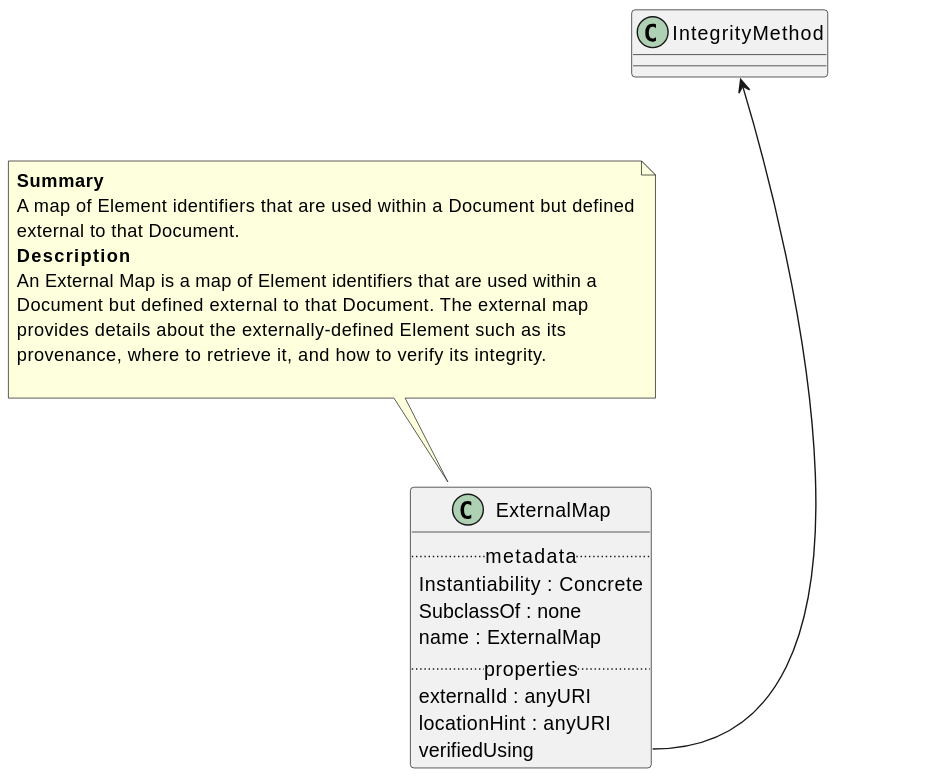
Earlier version of the PlantUML export Classes/ExternalMap.svg (maxhbr/spec-parser.hs).
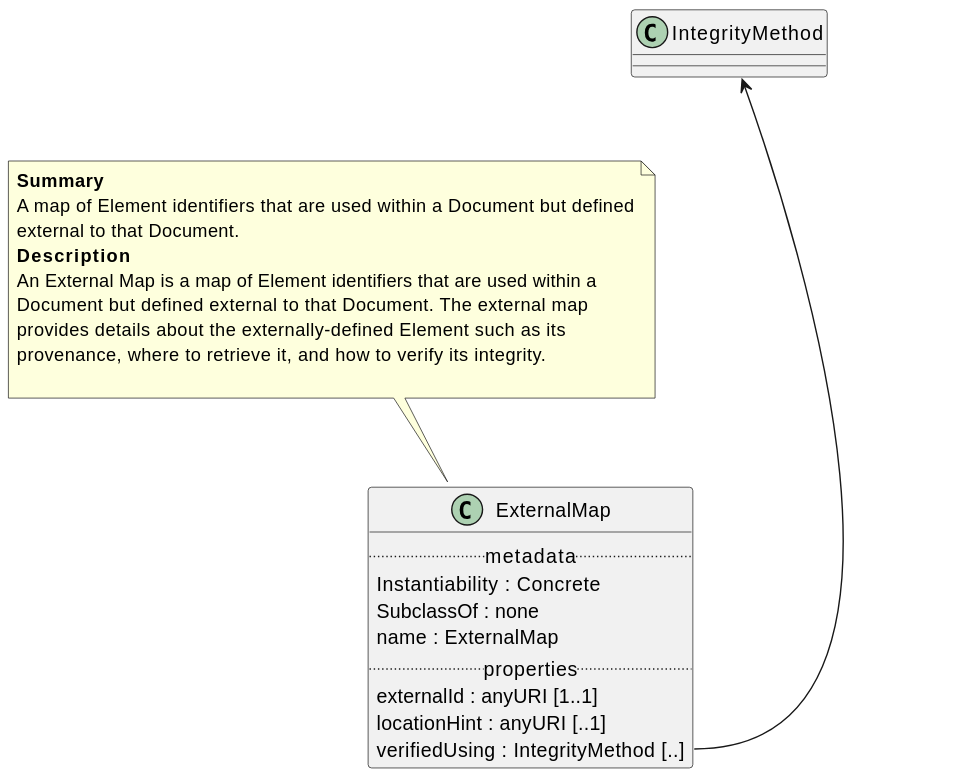
The same diagram one commit later.

Diff of the diagram source:
```diff
@@ -5,9 +5,9 @@
     SubclassOf : none
     name : ExternalMap
 .. properties ..
-    externalId : anyURI
-    locationHint : anyURI
-    verifiedUsing
+    externalId : anyURI [1..1]
+    locationHint : anyURI [..1]
+    verifiedUsing : IntegrityMethod [..]
 }
 note top of ExternalMap
 <b>Summary</b>
```
